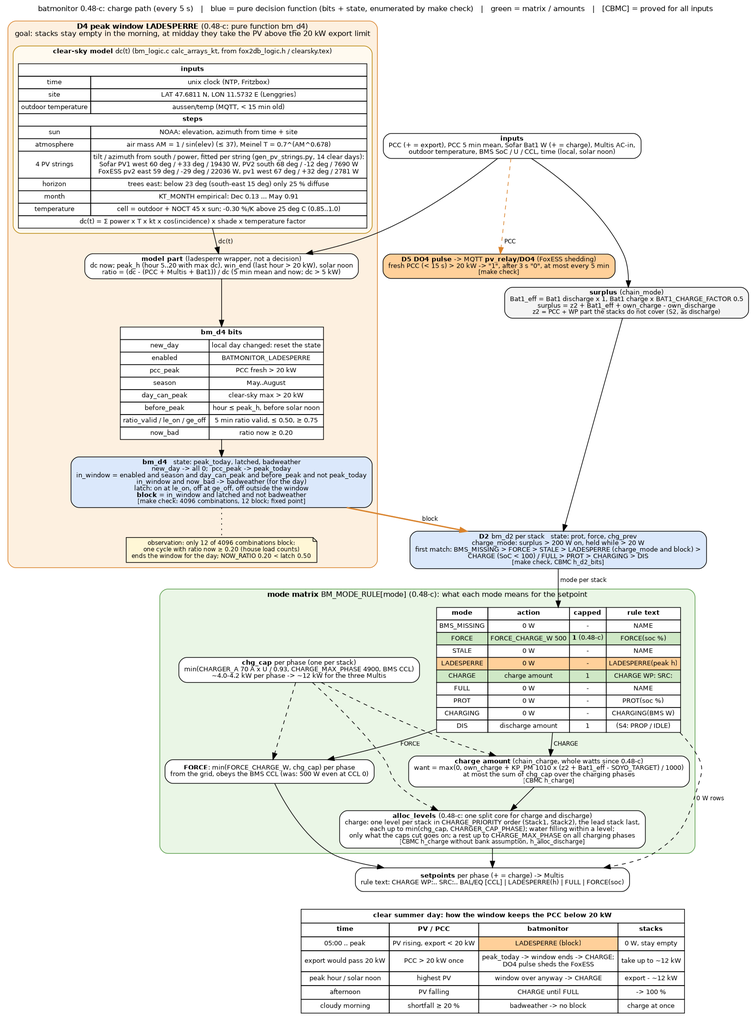
The Graphviz diagram docs/charge_flow.png in gerontec/victron, before a commit. Its source is kept beside it as docs/charge_flow.dot.
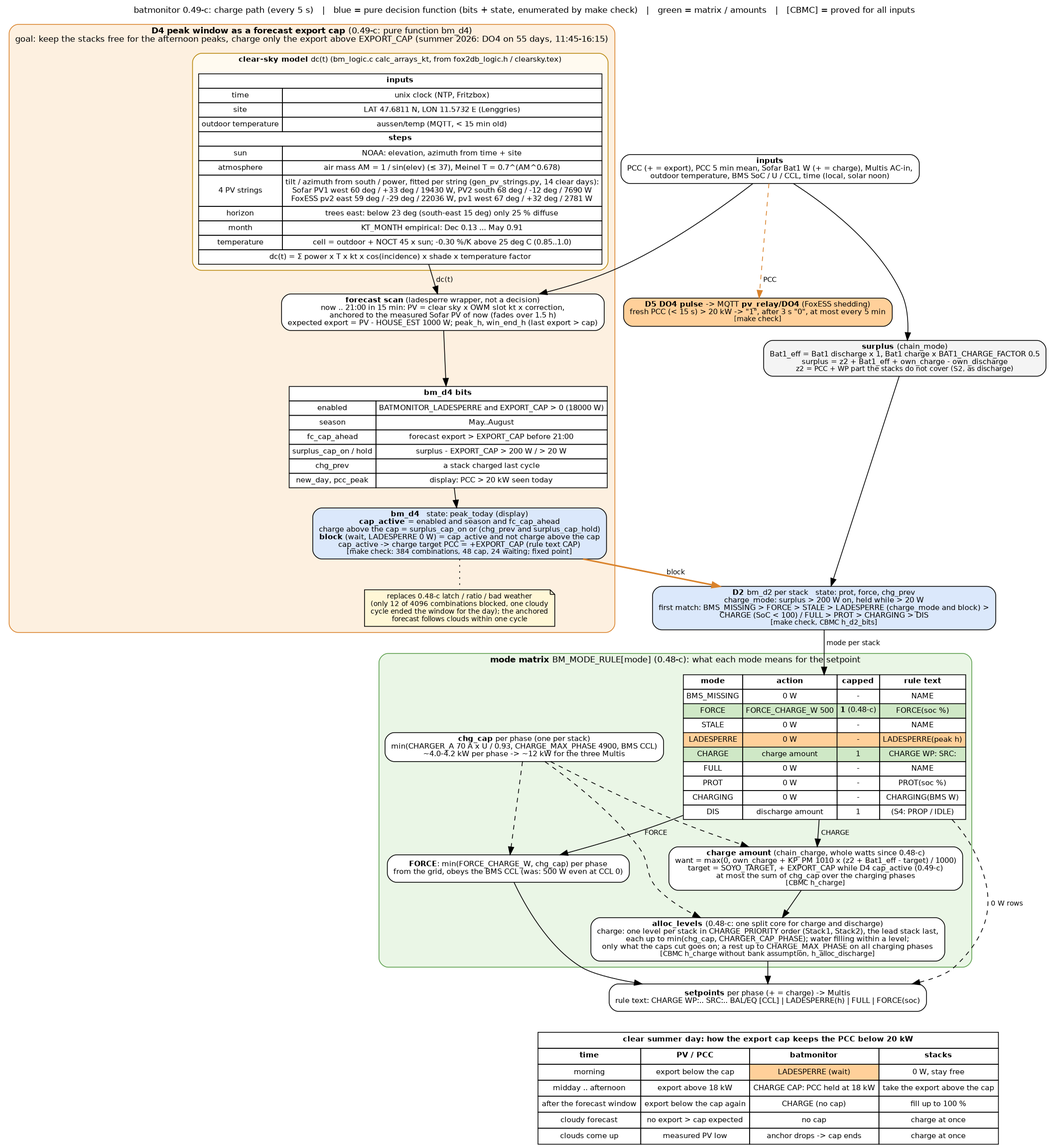
Later version of the same file.

Change to the diagram source:
```diff
@@ -1,6 +1,6 @@
 digraph charge {
 	graph [rankdir=TB, fontname="Helvetica", fontsize=11, nodesep=0.35, ranksep=0.35, newrank=true,
-		   label="batmonitor 0.48-c: charge path (every 5 s)   |   blue = pure decision function (bits + state, enumerated by make check)   |   green = matrix / amounts   |   [CBMC] = proved for all inputs",
+		   label="batmonitor 0.49-c: charge path (every 5 s)   |   blue = pure decision function (bits + state, enumerated by make check)   |   green = matrix / amounts   |   [CBMC] = proved for all inputs",
 		   labelloc=t];
 	node [shape=box, style="rounded,filled", fillcolor="#f4f4f4", fontname="Helvetica", fontsize=10];
 	edge [fontname="Helvetica", fontsize=9];
@@ -10,7 +10,7 @@
 	surplus [label=<<b>surplus</b> (chain_mode)<br/>Bat1_eff = Bat1 discharge x 1, Bat1 charge x BAT1_CHARGE_FACTOR 0.5<br/>surplus = z2 + Bat1_eff + own_charge - own_discharge<br/><font point-size="9">z2 = PCC + WP part the stacks do not cover (S2, as discharge)</font>>];
 
 	subgraph cluster_d4 {
-		label=<<b>D4 peak window LADESPERRE</b> (0.48-c: pure function bm_d4)<br/>goal: stacks stay empty in the morning, at midday they take the PV above the 20 kW export limit>;
+		label=<<b>D4 peak window as a forecast export cap</b> (0.49-c: pure function bm_d4)<br/>goal: keep the stacks free for the afternoon peaks, charge only the export above EXPORT_CAP (summer 2026: DO4 on 55 days, 11:45-16:15)>;
 		style="rounded,filled"; fillcolor="#fdf0e0"; color="#d9822b"; fontsize=11;
 		subgraph cluster_sky {
 			label=<<b>clear-sky model</b> dc(t) (bm_logic.c calc_arrays_kt, from fox2db_logic.h / clearsky.tex)>;
@@ -31,22 +31,20 @@
 				<tr><td colspan="2">dc(t) = &Sigma; power x T x kt x cos(incidence) x shade x temperature factor</td></tr>
 				</table>>];
 		}
-		model [label=<<b>model part</b> (ladesperre wrapper, not a decision)<br/>dc now; peak_h (hour 5..20 with max dc), win_end (last hour &gt; 20 kW), solar noon<br/>ratio = (dc - (PCC + Multis + Bat1)) / dc (5 min mean and now; dc &gt; 5 kW)>, fillcolor="#ffffff"];
+		model [label=<<b>forecast scan</b> (ladesperre wrapper, not a decision)<br/>now .. 21:00 in 15 min: PV = clear sky x OWM slot kt x correction,<br/>anchored to the measured Sofar PV of now (fades over 1.5 h)<br/>expected export = PV - HOUSE_EST 1000 W; peak_h, win_end_h (last export &gt; cap)>, fillcolor="#ffffff"];
 		sky -> model [label=" dc(t)"];
 		d4bits [shape=plain, label=<
 			<table border="0" cellborder="1" cellspacing="0" cellpadding="3" bgcolor="#ffffff">
 			<tr><td colspan="2"><b>bm_d4 bits</b></td></tr>
-			<tr><td>new_day</td><td>local day changed: reset the state</td></tr>
-			<tr><td>enabled</td><td>BATMONITOR_LADESPERRE</td></tr>
-			<tr><td>pcc_peak</td><td>PCC fresh &gt; 20 kW</td></tr>
+			<tr><td>enabled</td><td>BATMONITOR_LADESPERRE and EXPORT_CAP &gt; 0 (18000 W)</td></tr>
 			<tr><td>season</td><td>May..August</td></tr>
-			<tr><td>day_can_peak</td><td>clear-sky max &gt; 20 kW</td></tr>
-			<tr><td>before_peak</td><td>hour &le; peak_h, before solar noon</td></tr>
-			<tr><td>ratio_valid / le_on / ge_off</td><td>5 min ratio valid, &le; 0.50, &ge; 0.75</td></tr>
-			<tr><td>now_bad</td><td>ratio now &ge; 0.20</td></tr>
+			<tr><td>fc_cap_ahead</td><td>forecast export &gt; EXPORT_CAP before 21:00</td></tr>
+			<tr><td>surplus_cap_on / hold</td><td>surplus - EXPORT_CAP &gt; 200 W / &gt; 20 W</td></tr>
+			<tr><td>chg_prev</td><td>a stack charged last cycle</td></tr>
+			<tr><td>new_day, pcc_peak</td><td>display: PCC &gt; 20 kW seen today</td></tr>
 			</table>>];
-		d4 [label=<<b>bm_d4</b>   state: peak_today, latched, badweather<br/>new_day -&gt; all 0;  pcc_peak -&gt; peak_today<br/>in_window = enabled and season and day_can_peak and before_peak and not peak_today<br/>in_window and now_bad -&gt; badweather (for the day)<br/>latch: on at le_on, off at ge_off, off outside the window<br/><b>block</b> = in_window and latched and not badweather<br/><font point-size="9">[make check: 4096 combinations, 12 block; fixed point]</font>>, fillcolor="#dbe8fb"];
-		note_ls [shape=note, fillcolor="#fff7d6", fontsize=9, label=<observation: only 12 of 4096 combinations block:<br/>one cycle with ratio now &ge; 0.20 (house load counts)<br/>ends the window for the day; NOW_RATIO 0.20 &lt; latch 0.50>];
+		d4 [label=<<b>bm_d4</b>   state: peak_today (display)<br/><b>cap_active</b> = enabled and season and fc_cap_ahead<br/>charge above the cap = surplus_cap_on or (chg_prev and surplus_cap_hold)<br/><b>block</b> (wait, LADESPERRE 0 W) = cap_active and not charge above the cap<br/>cap_active -&gt; charge target PCC = +EXPORT_CAP (rule text CAP)<br/><font point-size="9">[make check: 384 combinations, 48 cap, 24 waiting; fixed point]</font>>, fillcolor="#dbe8fb"];
+		note_ls [shape=note, fillcolor="#fff7d6", fontsize=9, label=<replaces 0.48-c latch / ratio / bad weather<br/>(only 12 of 4096 combinations blocked, one cloudy<br/>cycle ended the window for the day); the anchored<br/>forecast follows clouds within one cycle>];
 		model -> d4bits -> d4;
 		d4 -> note_ls [style=dotted, arrowhead=none];
 	}
@@ -70,7 +68,7 @@
 			<tr><td>DIS</td><td>discharge amount</td><td>1</td><td>(S4: PROP / IDLE)</td></tr>
 			</table>>];
 		force [label=<<b>FORCE</b>: min(FORCE_CHARGE_W, chg_cap) per phase<br/>from the grid, obeys the BMS CCL (was: 500 W even at CCL 0)>, fillcolor="#ffffff"];
-		amount [label=<<b>charge amount</b> (chain_charge, whole watts since 0.48-c)<br/>want = max(0, own_charge + KP_PM 1010 x (z2 + Bat1_eff - SOYO_TARGET) / 1000)<br/>at most the sum of chg_cap over the charging phases<br/><font point-size="9">[CBMC h_charge]</font>>, fillcolor="#ffffff"];
+		amount [label=<<b>charge amount</b> (chain_charge, whole watts since 0.48-c)<br/>want = max(0, own_charge + KP_PM 1010 x (z2 + Bat1_eff - target) / 1000)<br/>target = SOYO_TARGET, + EXPORT_CAP while D4 cap_active (0.49-c)<br/>at most the sum of chg_cap over the charging phases<br/><font point-size="9">[CBMC h_charge]</font>>, fillcolor="#ffffff"];
 		caps [label=<<b>chg_cap</b> per phase (one per stack)<br/>min(CHARGER_A 70 A x U / 0.93, CHARGE_MAX_PHASE 4900, BMS CCL)<br/>~4.0-4.2 kW per phase -&gt; ~12 kW for the three Multis>, fillcolor="#ffffff"];
 		alloc [label=<<b>alloc_levels</b> (0.48-c: one split core for charge and discharge)<br/>charge: one level per stack in CHARGE_PRIORITY order (Stack1, Stack2), the lead stack last,<br/>each up to min(chg_cap, CHARGER_CAP_PHASE); water filling within a level;<br/>only what the caps cut goes on; a rest up to CHARGE_MAX_PHASE on all charging phases<br/><font point-size="9">[CBMC h_charge without bank assumption, h_alloc_discharge]</font>>, fillcolor="#ffffff"];
 		mrule -> force [label=" FORCE"];
@@ -87,13 +85,13 @@
 
 	timeline [shape=plain, label=<
 		<table border="0" cellborder="1" cellspacing="0" cellpadding="4" bgcolor="#ffffff">
-		<tr><td colspan="4"><b>clear summer day: how the window keeps the PCC below 20 kW</b></td></tr>
+		<tr><td colspan="4"><b>clear summer day: how the export cap keeps the PCC below 20 kW</b></td></tr>
 		<tr><td><b>time</b></td><td><b>PV / PCC</b></td><td><b>batmonitor</b></td><td><b>stacks</b></td></tr>
-		<tr><td>05:00 .. peak</td><td>PV rising, export &lt; 20 kW</td><td bgcolor="#ffd09a">LADESPERRE (block)</td><td>0 W, stay empty</td></tr>
-		<tr><td>export would pass 20 kW</td><td>PCC &gt; 20 kW once</td><td>peak_today -&gt; window ends -&gt; CHARGE;<br/>DO4 pulse sheds the FoxESS</td><td>take up to ~12 kW</td></tr>
-		<tr><td>peak hour / solar noon</td><td>highest PV</td><td>window over anyway -&gt; CHARGE</td><td>export - ~12 kW</td></tr>
-		<tr><td>afternoon</td><td>PV falling</td><td>CHARGE until FULL</td><td>-&gt; 100 %</td></tr>
-		<tr><td>cloudy morning</td><td>shortfall &ge; 20 %</td><td>badweather -&gt; no block</td><td>charge at once</td></tr>
+		<tr><td>morning</td><td>export below the cap</td><td bgcolor="#ffd09a">LADESPERRE (wait)</td><td>0 W, stay free</td></tr>
+		<tr><td>midday .. afternoon</td><td>export above 18 kW</td><td>CHARGE CAP: PCC held at 18 kW</td><td>take the export above the cap</td></tr>
+		<tr><td>after the forecast window</td><td>export below the cap again</td><td>CHARGE (no cap)</td><td>fill up to 100 %</td></tr>
+		<tr><td>cloudy forecast</td><td>no export &gt; cap expected</td><td>no cap</td><td>charge at once</td></tr>
+		<tr><td>clouds come up</td><td>measured PV low</td><td>anchor drops -&gt; cap ends</td><td>charge at once</td></tr>
 		</table>>];
 
 	in -> surplus -> d2;
```
